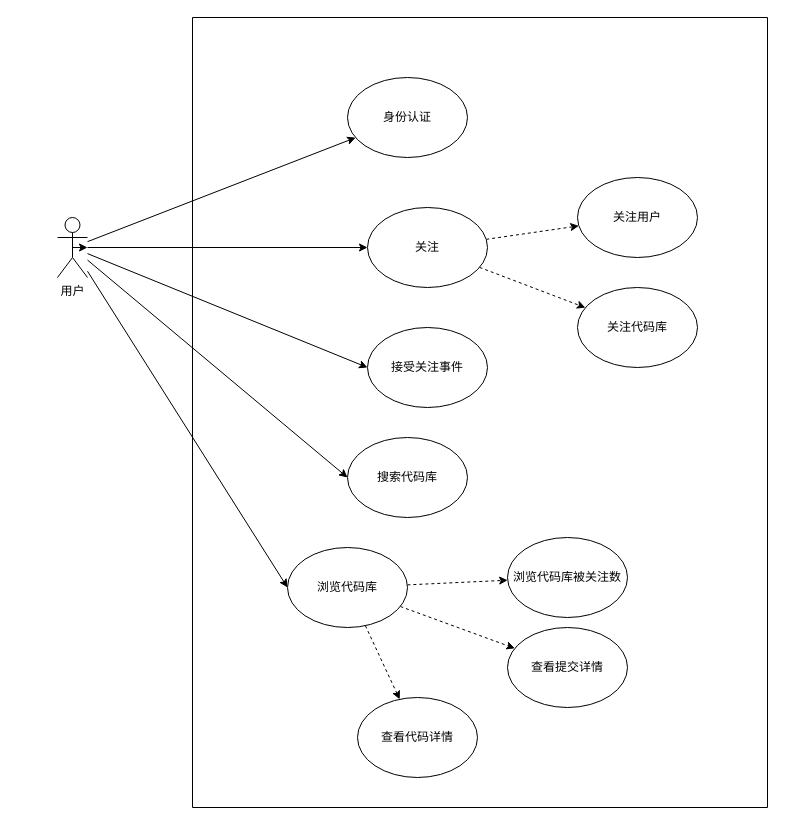
Before: Untitled Diagram.drawio in xyrxizhi/mytestgit, a draw.io diagram. Source tidied: cells renumbered, new cells numbered last; positions are measured from the earlier drawing's top-left corner, leaving out a move shared by most shapes. Both pictures are drawn from the tidied source at 100%, with x=0, y=0 at pixel (57, 17).
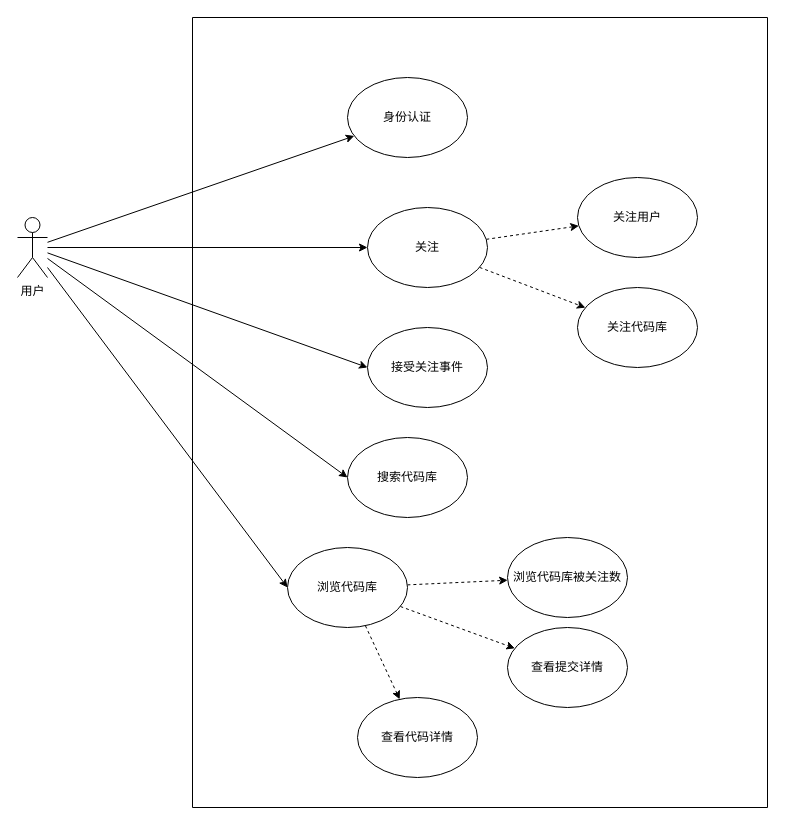
Above is the later version.

What changed in the source:
```diff
@@
     <mxCell id="7" value="用户" style="shape=umlActor;verticalLabelPosition=bottom;verticalAlign=top;html=1;outlineConnect=0;" parent="1" vertex="1">
-      <mxGeometry y="200" width="30" height="60" as="geometry" />
+      <mxGeometry x="-40" y="200" width="30" height="60" as="geometry" />
     </mxCell>
@@
-    <mxCell id="24" style="edgeStyle=none;rounded=0;orthogonalLoop=1;jettySize=auto;html=1;exitX=0.5;exitY=0.5;exitDx=0;exitDy=0;exitPerimeter=0;" parent="1" edge="1" source="7" target="7">
-      <mxGeometry relative="1" as="geometry" />
-    </mxCell>
```
